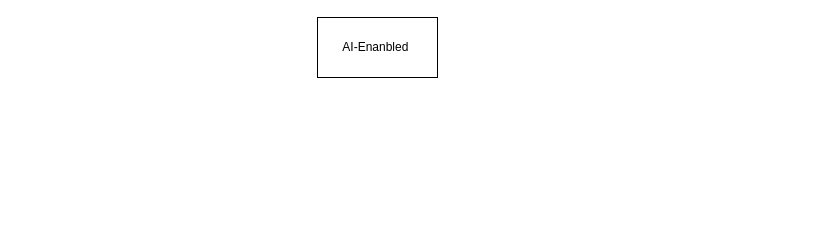
The draw.io diagram Untitled Diagram.drawio in Dipak-Kalaskar077/Amazon-Clone, before the edit. Source tidied: cells renumbered, new cells numbered last; positions are measured from the earlier drawing's top-left corner, leaving out a move shared by most shapes. Both pictures are drawn from the tidied source at 100%, with x=0, y=0 at pixel (317, 17).
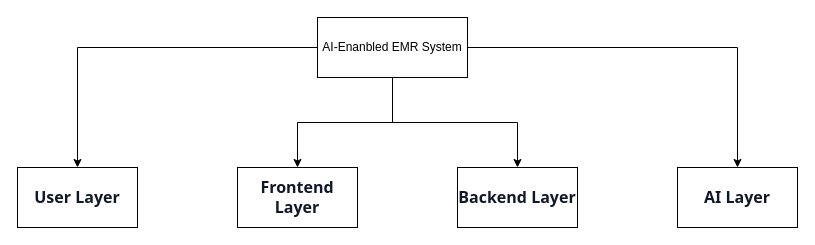
The same diagram, later.

The edit, as a diff of the source:
```diff
@@
 <mxGraphModel>
   <root>
     <mxCell id="0" />
     <mxCell id="1" parent="0" />
+    <mxCell id="3" style="edgeStyle=orthogonalEdgeStyle;rounded=0;jettySize=auto;html=1;exitX=1;exitY=0.5;exitDx=0;exitDy=0;" parent="1" edge="1" source="2">
+      <mxGeometry relative="1" as="geometry">
+        <mxPoint x="150" y="30" as="targetPoint" />
+      </mxGeometry>
+    </mxCell>
+    <mxCell id="4" style="edgeStyle=orthogonalEdgeStyle;rounded=0;jettySize=auto;html=1;" parent="1" edge="1" source="2" target="9">
+      <mxGeometry relative="1" as="geometry" />
+    </mxCell>
+    <mxCell id="5" style="edgeStyle=orthogonalEdgeStyle;rounded=0;jettySize=auto;html=1;entryX=0.5;entryY=0;entryDx=0;entryDy=0;" parent="1" edge="1" source="2" target="10">
+      <mxGeometry relative="1" as="geometry" />
+    </mxCell>
+    <mxCell id="6" style="edgeStyle=orthogonalEdgeStyle;rounded=0;jettySize=auto;html=1;" parent="1" edge="1" source="2" target="11">
+      <mxGeometry relative="1" as="geometry" />
+    </mxCell>
+    <mxCell id="7" style="edgeStyle=orthogonalEdgeStyle;rounded=0;jettySize=auto;html=1;" parent="1" edge="1" source="2" target="8">
+      <mxGeometry relative="1" as="geometry" />
+    </mxCell>
-    <mxCell id="2" value="AI-Enanbled&amp;nbsp;" style="rounded=0;whiteSpace=wrap;html=1;" parent="1" vertex="1">
-      <mxGeometry width="120" height="60" as="geometry" />
+    <mxCell id="2" value="AI-Enanbled EMR System" style="rounded=0;whiteSpace=wrap;html=1;" parent="1" vertex="1">
+      <mxGeometry width="150" height="60" as="geometry" />
     </mxCell>
+    <mxCell id="8" value="&lt;span style=&quot;--tw-border-spacing-x: 0; --tw-border-spacing-y: 0; --tw-translate-x: 0; --tw-translate-y: 0; --tw-rotate: 0; --tw-skew-x: 0; --tw-skew-y: 0; --tw-scale-x: 1; --tw-scale-y: 1; --tw-pan-x: ; --tw-pan-y: ; --tw-pinch-zoom: ; --tw-scroll-snap-strictness: proximity; --tw-gradient-from-position: ; --tw-gradient-via-position: ; --tw-gradient-to-position: ; --tw-ordinal: ; --tw-slashed-zero: ; --tw-numeric-figure: ; --tw-numeric-spacing: ; --tw-numeric-fraction: ; --tw-ring-inset: ; --tw-ring-offset-width: 0px; --tw-ring-offset-color: #fff; --tw-ring-color: rgba(59,130,246,.5); --tw-ring-offset-shadow: 0 0 #0000; --tw-ring-shadow: 0 0 #0000; --tw-shadow: 0 0 #0000; --tw-shadow-colored: 0 0 #0000; --tw-blur: ; --tw-brightness: ; --tw-contrast: ; --tw-grayscale: ; --tw-hue-rotate: ; --tw-invert: ; --tw-saturate: ; --tw-sepia: ; --tw-drop-shadow: ; --tw-backdrop-blur: ; --tw-backdrop-brightness: ; --tw-backdrop-contrast: ; --tw-backdrop-grayscale: ; --tw-backdrop-hue-rotate: ; --tw-backdrop-invert: ; --tw-backdrop-opacity: ; --tw-backdrop-saturate: ; --tw-backdrop-sepia: ; --tw-contain-size: ; --tw-contain-layout: ; --tw-contain-paint: ; --tw-contain-style: ; box-sizing: border-box; border: 0px solid rgb(228, 228, 231); font-weight: 600; color: rgb(17, 24, 39); font-family: __Inter_d65c78, __Inter_Fallback_d65c78, ui-sans-serif, system-ui, sans-serif, &amp;quot;Apple Color Emoji&amp;quot;, &amp;quot;Segoe UI Emoji&amp;quot;, &amp;quot;Segoe UI Symbol&amp;quot;, &amp;quot;Noto Color Emoji&amp;quot;; font-size: 16px; text-align: left; background-color: rgb(255, 255, 255);&quot;&gt;User Layer&lt;/span&gt;" style="whiteSpace=wrap;html=1;rounded=0;" parent="1" vertex="1">
+      <mxGeometry x="-300" y="150" width="120" height="60" as="geometry" />
+    </mxCell>
+    <mxCell id="9" value="&lt;span style=&quot;--tw-border-spacing-x: 0; --tw-border-spacing-y: 0; --tw-translate-x: 0; --tw-translate-y: 0; --tw-rotate: 0; --tw-skew-x: 0; --tw-skew-y: 0; --tw-scale-x: 1; --tw-scale-y: 1; --tw-pan-x: ; --tw-pan-y: ; --tw-pinch-zoom: ; --tw-scroll-snap-strictness: proximity; --tw-gradient-from-position: ; --tw-gradient-via-position: ; --tw-gradient-to-position: ; --tw-ordinal: ; --tw-slashed-zero: ; --tw-numeric-figure: ; --tw-numeric-spacing: ; --tw-numeric-fraction: ; --tw-ring-inset: ; --tw-ring-offset-width: 0px; --tw-ring-offset-color: #fff; --tw-ring-color: rgba(59,130,246,.5); --tw-ring-offset-shadow: 0 0 #0000; --tw-ring-shadow: 0 0 #0000; --tw-shadow: 0 0 #0000; --tw-shadow-colored: 0 0 #0000; --tw-blur: ; --tw-brightness: ; --tw-contrast: ; --tw-grayscale: ; --tw-hue-rotate: ; --tw-invert: ; --tw-saturate: ; --tw-sepia: ; --tw-drop-shadow: ; --tw-backdrop-blur: ; --tw-backdrop-brightness: ; --tw-backdrop-contrast: ; --tw-backdrop-grayscale: ; --tw-backdrop-hue-rotate: ; --tw-backdrop-invert: ; --tw-backdrop-opacity: ; --tw-backdrop-saturate: ; --tw-backdrop-sepia: ; --tw-contain-size: ; --tw-contain-layout: ; --tw-contain-paint: ; --tw-contain-style: ; box-sizing: border-box; border: 0px solid rgb(228, 228, 231); font-weight: 600; color: rgb(17, 24, 39); font-family: __Inter_d65c78, __Inter_Fallback_d65c78, ui-sans-serif, system-ui, sans-serif, &amp;quot;Apple Color Emoji&amp;quot;, &amp;quot;Segoe UI Emoji&amp;quot;, &amp;quot;Segoe UI Symbol&amp;quot;, &amp;quot;Noto Color Emoji&amp;quot;; font-size: 16px; text-align: left; background-color: rgb(255, 255, 255);&quot;&gt;Frontend Layer&lt;/span&gt;" style="whiteSpace=wrap;html=1;rounded=0;" parent="1" vertex="1">
+      <mxGeometry x="-80" y="150" width="120" height="60" as="geometry" />
+    </mxCell>
+    <mxCell id="10" value="&lt;span style=&quot;--tw-border-spacing-x: 0; --tw-border-spacing-y: 0; --tw-translate-x: 0; --tw-translate-y: 0; --tw-rotate: 0; --tw-skew-x: 0; --tw-skew-y: 0; --tw-scale-x: 1; --tw-scale-y: 1; --tw-pan-x: ; --tw-pan-y: ; --tw-pinch-zoom: ; --tw-scroll-snap-strictness: proximity; --tw-gradient-from-position: ; --tw-gradient-via-position: ; --tw-gradient-to-position: ; --tw-ordinal: ; --tw-slashed-zero: ; --tw-numeric-figure: ; --tw-numeric-spacing: ; --tw-numeric-fraction: ; --tw-ring-inset: ; --tw-ring-offset-width: 0px; --tw-ring-offset-color: #fff; --tw-ring-color: rgba(59,130,246,.5); --tw-ring-offset-shadow: 0 0 #0000; --tw-ring-shadow: 0 0 #0000; --tw-shadow: 0 0 #0000; --tw-shadow-colored: 0 0 #0000; --tw-blur: ; --tw-brightness: ; --tw-contrast: ; --tw-grayscale: ; --tw-hue-rotate: ; --tw-invert: ; --tw-saturate: ; --tw-sepia: ; --tw-drop-shadow: ; --tw-backdrop-blur: ; --tw-backdrop-brightness: ; --tw-backdrop-contrast: ; --tw-backdrop-grayscale: ; --tw-backdrop-hue-rotate: ; --tw-backdrop-invert: ; --tw-backdrop-opacity: ; --tw-backdrop-saturate: ; --tw-backdrop-sepia: ; --tw-contain-size: ; --tw-contain-layout: ; --tw-contain-paint: ; --tw-contain-style: ; box-sizing: border-box; border: 0px solid rgb(228, 228, 231); font-weight: 600; color: rgb(17, 24, 39); font-family: __Inter_d65c78, __Inter_Fallback_d65c78, ui-sans-serif, system-ui, sans-serif, &amp;quot;Apple Color Emoji&amp;quot;, &amp;quot;Segoe UI Emoji&amp;quot;, &amp;quot;Segoe UI Symbol&amp;quot;, &amp;quot;Noto Color Emoji&amp;quot;; font-size: 16px; text-align: left; background-color: rgb(255, 255, 255);&quot;&gt;Backend Layer&lt;/span&gt;" style="whiteSpace=wrap;html=1;rounded=0;" parent="1" vertex="1">
+      <mxGeometry x="140" y="150" width="120" height="60" as="geometry" />
+    </mxCell>
+    <mxCell id="11" value="&lt;span style=&quot;--tw-border-spacing-x: 0; --tw-border-spacing-y: 0; --tw-translate-x: 0; --tw-translate-y: 0; --tw-rotate: 0; --tw-skew-x: 0; --tw-skew-y: 0; --tw-scale-x: 1; --tw-scale-y: 1; --tw-pan-x: ; --tw-pan-y: ; --tw-pinch-zoom: ; --tw-scroll-snap-strictness: proximity; --tw-gradient-from-position: ; --tw-gradient-via-position: ; --tw-gradient-to-position: ; --tw-ordinal: ; --tw-slashed-zero: ; --tw-numeric-figure: ; --tw-numeric-spacing: ; --tw-numeric-fraction: ; --tw-ring-inset: ; --tw-ring-offset-width: 0px; --tw-ring-offset-color: #fff; --tw-ring-color: rgba(59,130,246,.5); --tw-ring-offset-shadow: 0 0 #0000; --tw-ring-shadow: 0 0 #0000; --tw-shadow: 0 0 #0000; --tw-shadow-colored: 0 0 #0000; --tw-blur: ; --tw-brightness: ; --tw-contrast: ; --tw-grayscale: ; --tw-hue-rotate: ; --tw-invert: ; --tw-saturate: ; --tw-sepia: ; --tw-drop-shadow: ; --tw-backdrop-blur: ; --tw-backdrop-brightness: ; --tw-backdrop-contrast: ; --tw-backdrop-grayscale: ; --tw-backdrop-hue-rotate: ; --tw-backdrop-invert: ; --tw-backdrop-opacity: ; --tw-backdrop-saturate: ; --tw-backdrop-sepia: ; --tw-contain-size: ; --tw-contain-layout: ; --tw-contain-paint: ; --tw-contain-style: ; box-sizing: border-box; border: 0px solid rgb(228, 228, 231); font-weight: 600; color: rgb(17, 24, 39); font-family: __Inter_d65c78, __Inter_Fallback_d65c78, ui-sans-serif, system-ui, sans-serif, &amp;quot;Apple Color Emoji&amp;quot;, &amp;quot;Segoe UI Emoji&amp;quot;, &amp;quot;Segoe UI Symbol&amp;quot;, &amp;quot;Noto Color Emoji&amp;quot;; font-size: 16px; text-align: left; background-color: rgb(255, 255, 255);&quot;&gt;AI Layer&lt;/span&gt;" style="whiteSpace=wrap;html=1;rounded=0;" parent="1" vertex="1">
+      <mxGeometry x="360" y="150" width="120" height="60" as="geometry" />
+    </mxCell>
   </root>
 </mxGraphModel>
```
